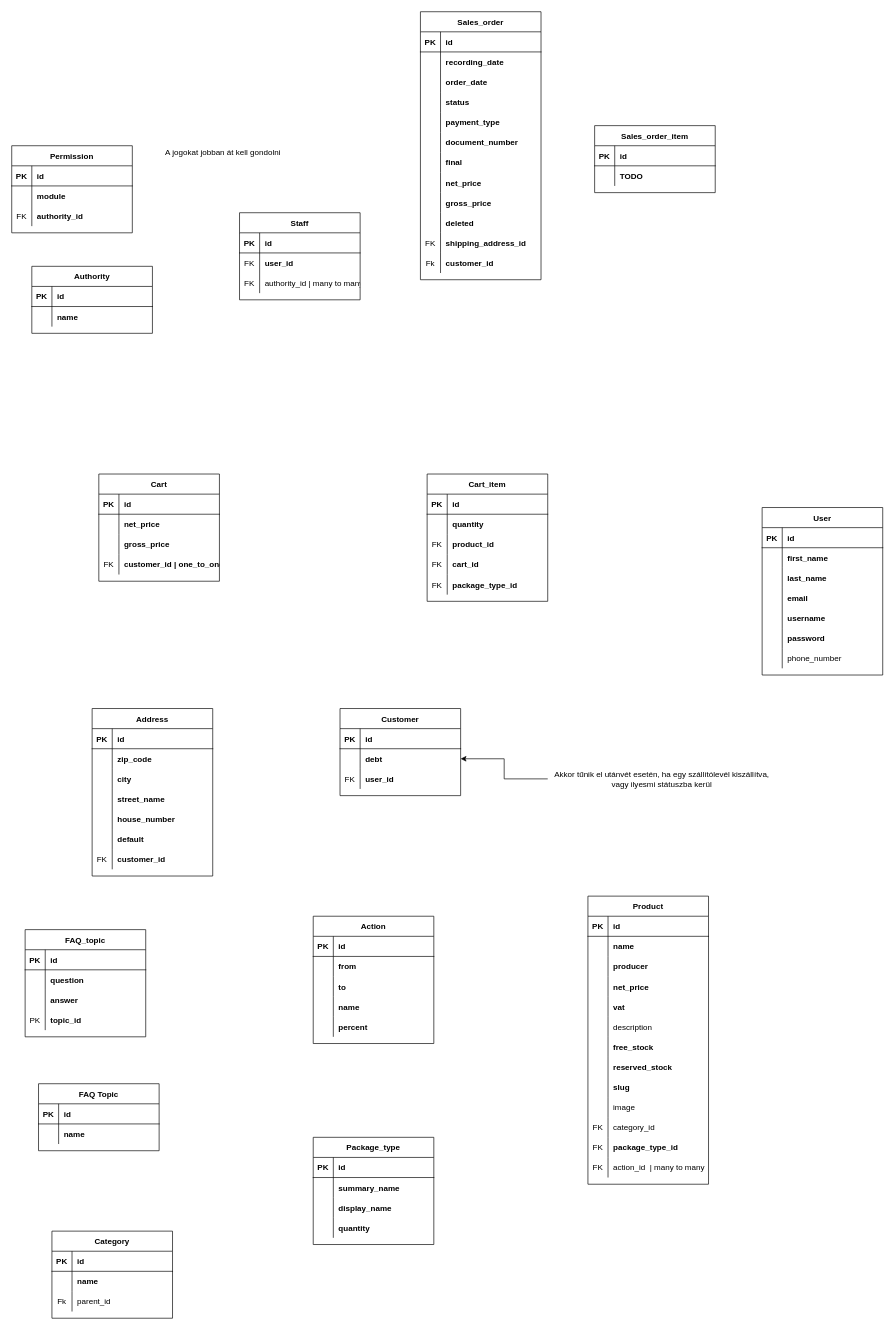
This is dokumentacio/egyed_kapcsolat_diagram.drawio from he-david/je78jy_szakdolgozat, a draw.io file, before an edit. Source tidied: cells renumbered, new cells numbered last; positions are measured from the earlier drawing's top-left corner, leaving out a move shared by most shapes. Both pictures are drawn from the tidied source at 67%, with x=0, y=0 at pixel (11, 11).
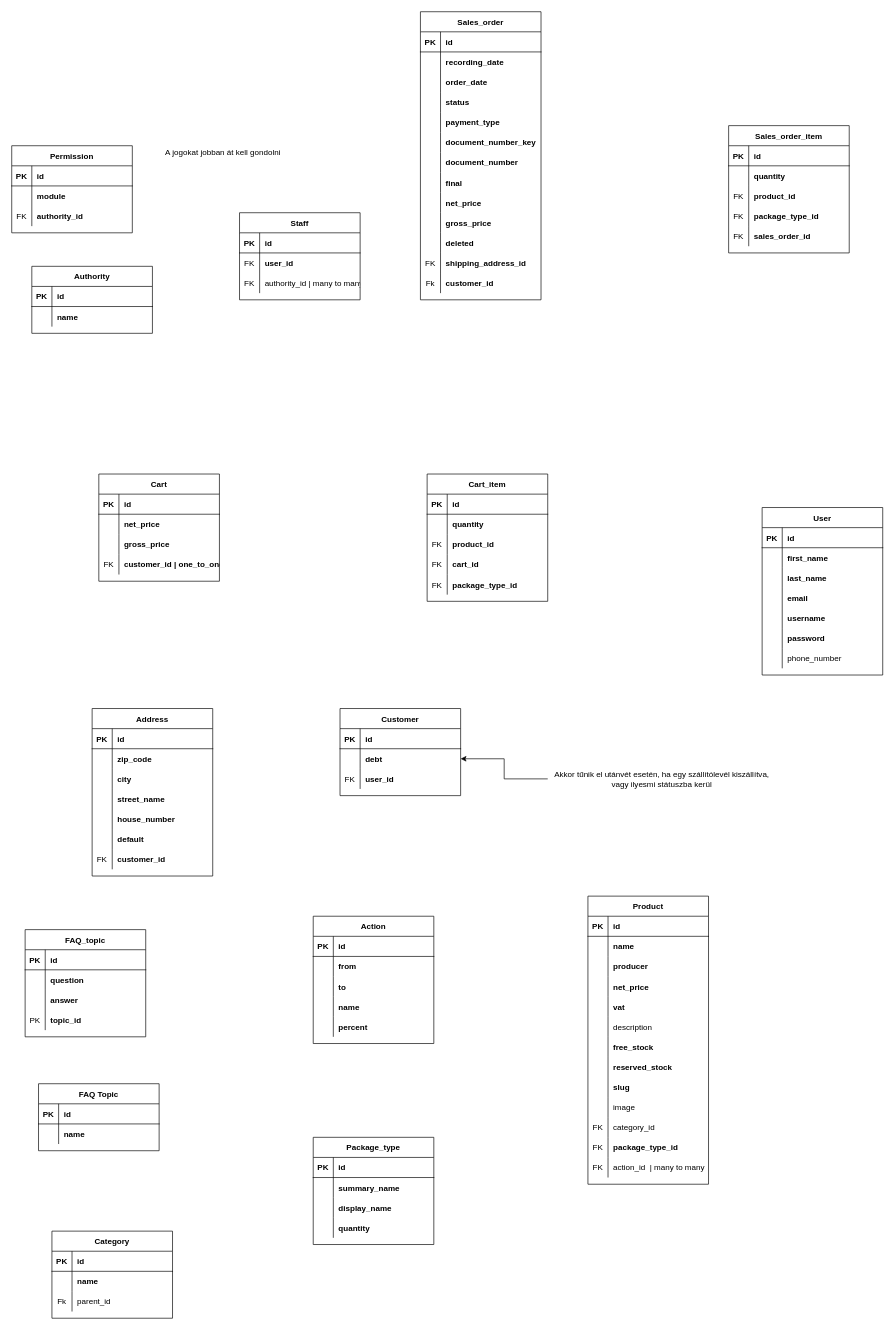
After the change.

The change refers to these unchanged cells:
```xml
<mxCell id="226" style="shape=tableRow;horizontal=0;startSize=0;swimlaneHead=0;swimlaneBody=0;fillColor=none;top=0;left=0;right=0;bottom=0;strokeColor=default;strokeWidth=1;" parent="222" vertex="1">
  <mxGeometry y="60" width="180" height="30" as="geometry" />
</mxCell>
```

The edit, as a diff of the source:
```diff
@@
     <mxCell id="185" value="Sales_order" style="shape=table;startSize=30;childLayout=tableLayout;rowLines=0;fontStyle=1;align=center;strokeColor=default;strokeWidth=1;fillColor=default;" parent="1" vertex="1">
-      <mxGeometry x="610" width="180" height="400" as="geometry" />
+      <mxGeometry x="610" width="180" height="430" as="geometry" />
     </mxCell>
@@
+    <mxCell id="258" style="shape=tableRow;horizontal=0;startSize=0;swimlaneHead=0;swimlaneBody=0;fillColor=none;top=0;left=0;right=0;bottom=0;strokeColor=default;strokeWidth=1;" parent="185" vertex="1">
+      <mxGeometry y="180" width="180" height="30" as="geometry" />
+    </mxCell>
+    <mxCell id="259" style="shape=partialRectangle;fillColor=none;top=0;left=0;bottom=0;right=0;overflow=hidden;strokeColor=default;strokeWidth=1;" parent="258" vertex="1">
+      <mxGeometry width="30" height="30" as="geometry" />
+    </mxCell>
+    <mxCell id="260" value="document_number_key" style="shape=partialRectangle;fillColor=none;top=0;left=0;bottom=0;right=0;align=left;spacingLeft=6;overflow=hidden;strokeColor=default;strokeWidth=1;fontStyle=1;" parent="258" vertex="1">
+      <mxGeometry x="30" width="150" height="30" as="geometry" />
+    </mxCell>
     <mxCell id="201" style="shape=tableRow;horizontal=0;startSize=0;swimlaneHead=0;swimlaneBody=0;fillColor=none;top=0;left=0;right=0;bottom=0;strokeColor=default;strokeWidth=1;" parent="185" vertex="1">
-      <mxGeometry y="180" width="180" height="30" as="geometry" />
+      <mxGeometry y="210" width="180" height="30" as="geometry" />
     </mxCell>
@@
     <mxCell id="204" style="shape=tableRow;horizontal=0;startSize=0;swimlaneHead=0;swimlaneBody=0;fillColor=none;top=0;left=0;right=0;bottom=0;strokeColor=default;strokeWidth=1;" parent="185" vertex="1">
-      <mxGeometry y="210" width="180" height="30" as="geometry" />
+      <mxGeometry y="240" width="180" height="30" as="geometry" />
     </mxCell>
@@
     <mxCell id="207" style="shape=tableRow;horizontal=0;startSize=0;swimlaneHead=0;swimlaneBody=0;fillColor=none;top=0;left=0;right=0;bottom=0;strokeColor=default;strokeWidth=1;" parent="185" vertex="1">
-      <mxGeometry y="240" width="180" height="30" as="geometry" />
+      <mxGeometry y="270" width="180" height="30" as="geometry" />
     </mxCell>
@@
     <mxCell id="210" style="shape=tableRow;horizontal=0;startSize=0;swimlaneHead=0;swimlaneBody=0;fillColor=none;top=0;left=0;right=0;bottom=0;strokeColor=default;strokeWidth=1;" parent="185" vertex="1">
-      <mxGeometry y="270" width="180" height="30" as="geometry" />
+      <mxGeometry y="300" width="180" height="30" as="geometry" />
     </mxCell>
@@
     <mxCell id="213" style="shape=tableRow;horizontal=0;startSize=0;swimlaneHead=0;swimlaneBody=0;fillColor=none;top=0;left=0;right=0;bottom=0;strokeColor=default;strokeWidth=1;" parent="185" vertex="1">
-      <mxGeometry y="300" width="180" height="30" as="geometry" />
+      <mxGeometry y="330" width="180" height="30" as="geometry" />
     </mxCell>
@@
     <mxCell id="216" style="shape=tableRow;horizontal=0;startSize=0;swimlaneHead=0;swimlaneBody=0;fillColor=none;top=0;left=0;right=0;bottom=0;strokeColor=default;strokeWidth=1;" parent="185" vertex="1">
-      <mxGeometry y="330" width="180" height="30" as="geometry" />
+      <mxGeometry y="360" width="180" height="30" as="geometry" />
     </mxCell>
@@
     <mxCell id="219" style="shape=tableRow;horizontal=0;startSize=0;swimlaneHead=0;swimlaneBody=0;fillColor=none;top=0;left=0;right=0;bottom=0;strokeColor=default;strokeWidth=1;" parent="185" vertex="1">
-      <mxGeometry y="360" width="180" height="30" as="geometry" />
+      <mxGeometry y="390" width="180" height="30" as="geometry" />
     </mxCell>
@@
     <mxCell id="222" value="Sales_order_item" style="shape=table;startSize=30;childLayout=tableLayout;rowLines=0;fontStyle=1;align=center;strokeColor=default;strokeWidth=1;fillColor=default;" parent="1" vertex="1">
-      <mxGeometry x="870" y="170" width="180" height="100" as="geometry" />
+      <mxGeometry x="1070" y="170" width="180" height="190" as="geometry" />
     </mxCell>
@@
-    <mxCell id="228" value="TODO" style="shape=partialRectangle;fillColor=none;top=0;left=0;bottom=0;right=0;align=left;spacingLeft=6;overflow=hidden;strokeColor=default;strokeWidth=1;fontStyle=1;" parent="226" vertex="1">
+    <mxCell id="228" value="quantity" style="shape=partialRectangle;fillColor=none;top=0;left=0;bottom=0;right=0;align=left;spacingLeft=6;overflow=hidden;strokeColor=default;strokeWidth=1;fontStyle=1;" parent="226" vertex="1">
       <mxGeometry x="30" width="150" height="30" as="geometry" />
     </mxCell>
+    <mxCell id="261" style="shape=tableRow;horizontal=0;startSize=0;swimlaneHead=0;swimlaneBody=0;fillColor=none;top=0;left=0;right=0;bottom=0;strokeColor=default;strokeWidth=1;" parent="222" vertex="1">
+      <mxGeometry y="90" width="180" height="30" as="geometry" />
+    </mxCell>
+    <mxCell id="262" value="FK" style="shape=partialRectangle;fillColor=none;top=0;left=0;bottom=0;right=0;overflow=hidden;strokeColor=default;strokeWidth=1;" parent="261" vertex="1">
+      <mxGeometry width="30" height="30" as="geometry" />
+    </mxCell>
+    <mxCell id="263" value="product_id" style="shape=partialRectangle;fillColor=none;top=0;left=0;bottom=0;right=0;align=left;spacingLeft=6;overflow=hidden;strokeColor=default;strokeWidth=1;fontStyle=1;" parent="261" vertex="1">
+      <mxGeometry x="30" width="150" height="30" as="geometry" />
+    </mxCell>
+    <mxCell id="264" style="shape=tableRow;horizontal=0;startSize=0;swimlaneHead=0;swimlaneBody=0;fillColor=none;top=0;left=0;right=0;bottom=0;strokeColor=default;strokeWidth=1;" parent="222" vertex="1">
+      <mxGeometry y="120" width="180" height="30" as="geometry" />
+    </mxCell>
+    <mxCell id="265" value="FK" style="shape=partialRectangle;fillColor=none;top=0;left=0;bottom=0;right=0;overflow=hidden;strokeColor=default;strokeWidth=1;" parent="264" vertex="1">
+      <mxGeometry width="30" height="30" as="geometry" />
+    </mxCell>
+    <mxCell id="266" value="package_type_id" style="shape=partialRectangle;fillColor=none;top=0;left=0;bottom=0;right=0;align=left;spacingLeft=6;overflow=hidden;strokeColor=default;strokeWidth=1;fontStyle=1;" parent="264" vertex="1">
+      <mxGeometry x="30" width="150" height="30" as="geometry" />
+    </mxCell>
+    <mxCell id="267" style="shape=tableRow;horizontal=0;startSize=0;swimlaneHead=0;swimlaneBody=0;fillColor=none;top=0;left=0;right=0;bottom=0;strokeColor=default;strokeWidth=1;" parent="222" vertex="1">
+      <mxGeometry y="150" width="180" height="30" as="geometry" />
+    </mxCell>
+    <mxCell id="268" value="FK" style="shape=partialRectangle;fillColor=none;top=0;left=0;bottom=0;right=0;overflow=hidden;strokeColor=default;strokeWidth=1;" parent="267" vertex="1">
+      <mxGeometry width="30" height="30" as="geometry" />
+    </mxCell>
+    <mxCell id="269" value="sales_order_id" style="shape=partialRectangle;fillColor=none;top=0;left=0;bottom=0;right=0;align=left;spacingLeft=6;overflow=hidden;strokeColor=default;strokeWidth=1;fontStyle=1;" parent="267" vertex="1">
+      <mxGeometry x="30" width="150" height="30" as="geometry" />
+    </mxCell>
```
